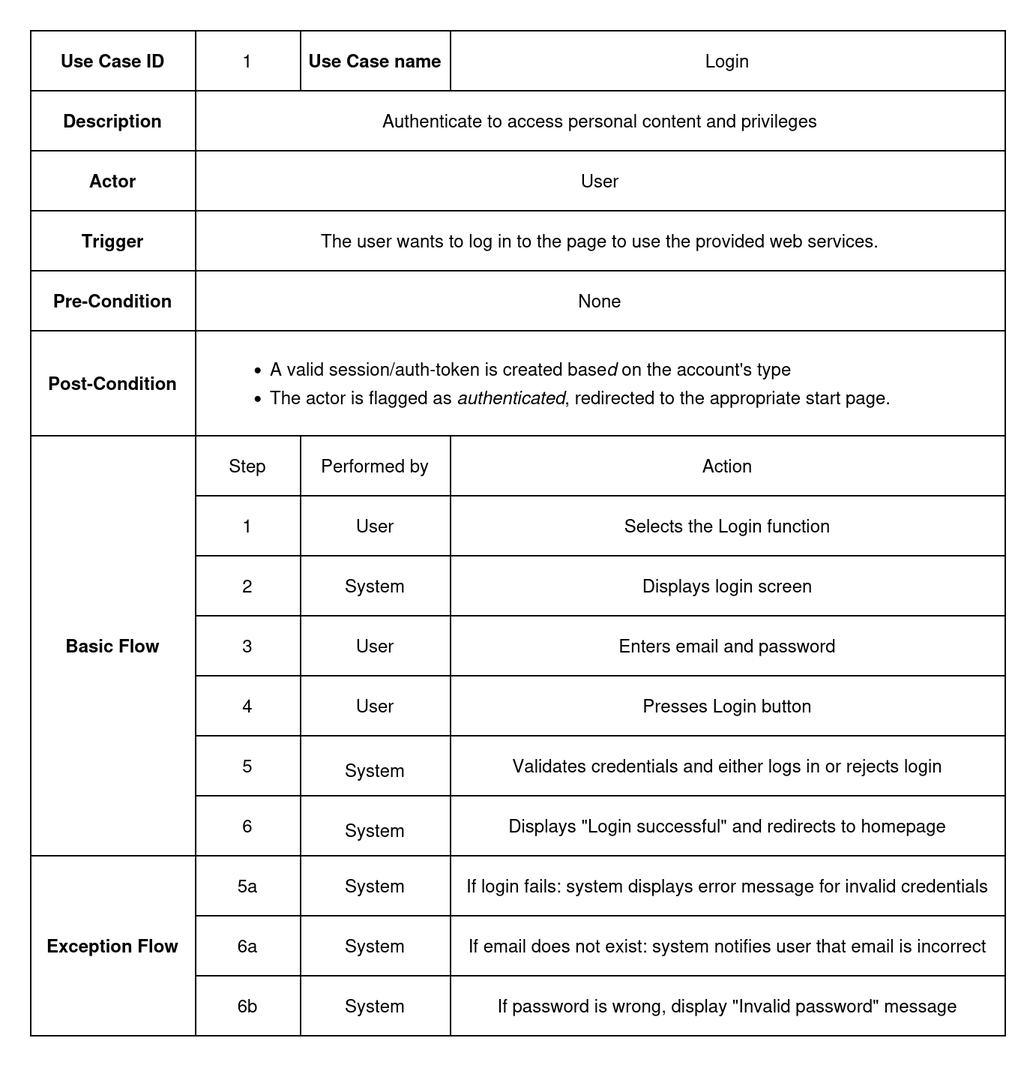
Before: documentation/Images/usecase_metadata_card/uc_1_login.drawio.png, a diagram exported from draw.io (auphong2707/itse-laptopshop-management-web-application). Source tidied: cells renumbered, new cells last; positions are measured from the earlier drawing's top-left corner, leaving out a move shared by most shapes.
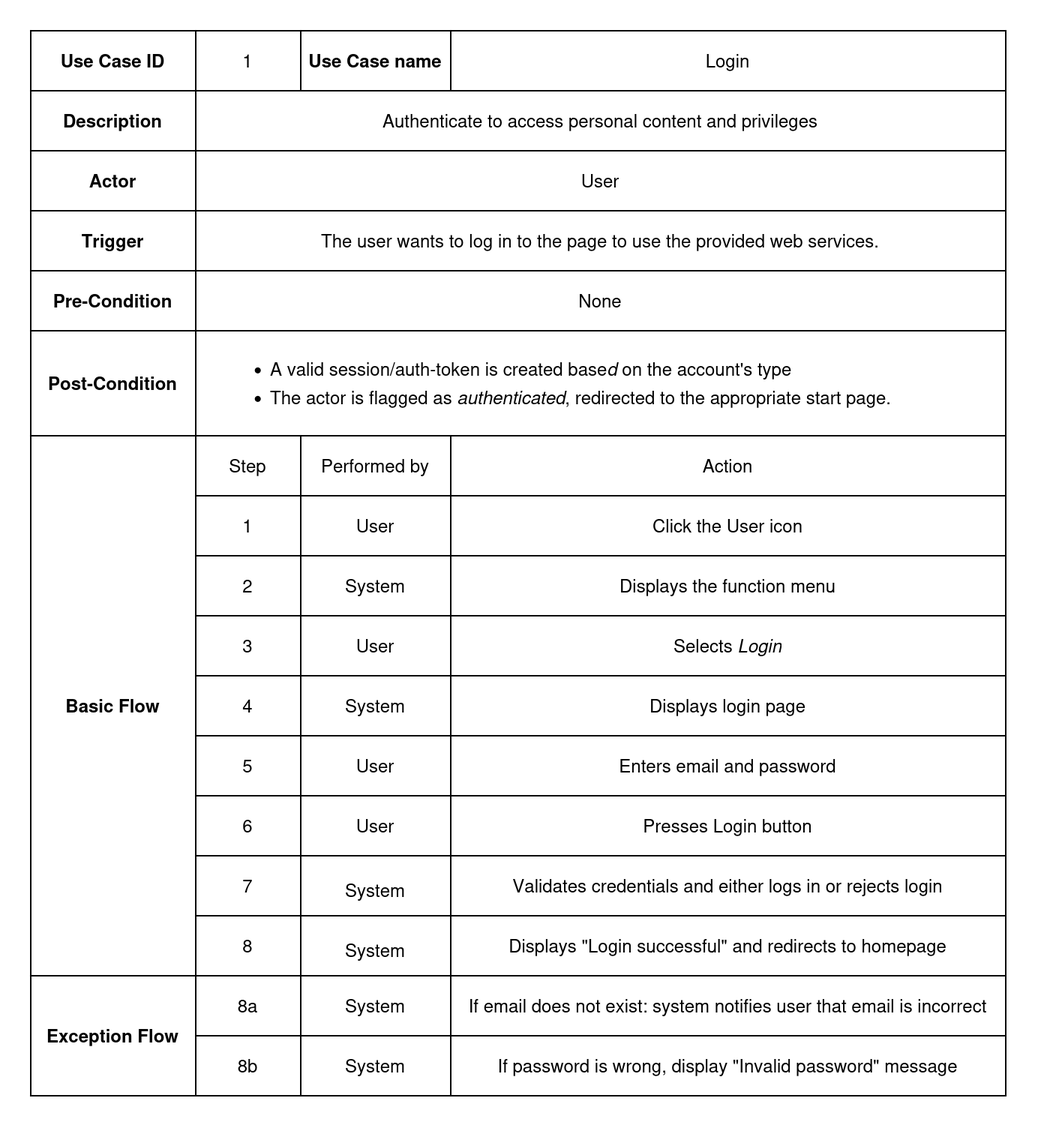
The same file after the commit.

Diff of the diagram source:
```diff
@@ -3,7 +3,7 @@
     <mxCell id="0" />
     <mxCell id="1" parent="0" />
     <mxCell id="2" style="shape=table;startSize=0;" parent="1" vertex="1">
-      <mxGeometry width="650" height="670" as="geometry" />
+      <mxGeometry width="650" height="710" as="geometry" />
     </mxCell>
     <mxCell id="3" style="shape=tableRow;horizontal=0;startSize=0;swimlaneHead=0;swimlaneBody=0;strokeColor=inherit;top=0;left=0;bottom=0;right=0;fillColor=none;" parent="2" vertex="1">
       <mxGeometry width="650" height="40" as="geometry" />
@@ -68,8 +68,8 @@
     <mxCell id="23" style="shape=tableRow;horizontal=0;startSize=0;swimlaneHead=0;swimlaneBody=0;strokeColor=inherit;top=0;left=0;bottom=0;right=0;fillColor=none;" parent="2" vertex="1">
       <mxGeometry y="270" width="650" height="40" as="geometry" />
     </mxCell>
-    <mxCell id="24" value="Basic Flow" style="shape=partialRectangle;html=1;whiteSpace=wrap;strokeColor=inherit;overflow=hidden;fillColor=none;top=0;left=0;bottom=0;right=0;rowspan=7;colspan=1;fontStyle=1;" parent="23" vertex="1">
-      <mxGeometry width="110" height="280" as="geometry" />
+    <mxCell id="24" value="Basic Flow" style="shape=partialRectangle;html=1;whiteSpace=wrap;strokeColor=inherit;overflow=hidden;fillColor=none;top=0;left=0;bottom=0;right=0;fontStyle=1;rowspan=9;colspan=1;" parent="23" vertex="1">
+      <mxGeometry width="110" height="360" as="geometry" />
     </mxCell>
     <mxCell id="25" value="Step" style="shape=partialRectangle;html=1;whiteSpace=wrap;strokeColor=inherit;overflow=hidden;fillColor=none;top=0;left=0;bottom=0;right=0;" parent="23" vertex="1">
       <mxGeometry x="110" width="70" height="40" as="geometry" />
@@ -80,34 +80,58 @@
     <mxCell id="27" value="Action" style="shape=partialRectangle;html=1;whiteSpace=wrap;strokeColor=inherit;overflow=hidden;fillColor=none;top=0;left=0;bottom=0;right=0;" parent="23" vertex="1">
       <mxGeometry x="280" width="370" height="40" as="geometry" />
     </mxCell>
+    <mxCell id="65" style="shape=tableRow;horizontal=0;startSize=0;swimlaneHead=0;swimlaneBody=0;strokeColor=inherit;top=0;left=0;bottom=0;right=0;fillColor=none;" parent="2" vertex="1">
+      <mxGeometry y="310" width="650" height="40" as="geometry" />
+    </mxCell>
+    <mxCell id="66" value="1" style="shape=partialRectangle;html=1;whiteSpace=wrap;strokeColor=inherit;overflow=hidden;fillColor=none;top=0;left=0;bottom=0;right=0;" parent="65" vertex="1">
+      <mxGeometry x="110" width="70" height="40" as="geometry" />
+    </mxCell>
+    <mxCell id="67" value="User" style="shape=partialRectangle;html=1;whiteSpace=wrap;strokeColor=inherit;overflow=hidden;fillColor=none;top=0;left=0;bottom=0;right=0;" parent="65" vertex="1">
+      <mxGeometry x="180" width="100" height="40" as="geometry" />
+    </mxCell>
+    <mxCell id="68" value="Click the User icon" style="shape=partialRectangle;html=1;whiteSpace=wrap;strokeColor=inherit;overflow=hidden;fillColor=none;top=0;left=0;bottom=0;right=0;" parent="65" vertex="1">
+      <mxGeometry x="280" width="370" height="40" as="geometry" />
+    </mxCell>
+    <mxCell id="69" style="shape=tableRow;horizontal=0;startSize=0;swimlaneHead=0;swimlaneBody=0;strokeColor=inherit;top=0;left=0;bottom=0;right=0;fillColor=none;" parent="2" vertex="1">
+      <mxGeometry y="350" width="650" height="40" as="geometry" />
+    </mxCell>
+    <mxCell id="70" value="2" style="shape=partialRectangle;html=1;whiteSpace=wrap;strokeColor=inherit;overflow=hidden;fillColor=none;top=0;left=0;bottom=0;right=0;" parent="69" vertex="1">
+      <mxGeometry x="110" width="70" height="40" as="geometry" />
+    </mxCell>
+    <mxCell id="55" value="System" style="shape=partialRectangle;html=1;whiteSpace=wrap;strokeColor=inherit;overflow=hidden;fillColor=none;top=0;left=0;bottom=0;right=0;" parent="69" vertex="1">
+      <mxGeometry x="180" width="100" height="40" as="geometry" />
+    </mxCell>
+    <mxCell id="71" value="Displays the function menu" style="shape=partialRectangle;html=1;whiteSpace=wrap;strokeColor=inherit;overflow=hidden;fillColor=none;top=0;left=0;bottom=0;right=0;" parent="69" vertex="1">
+      <mxGeometry x="280" width="370" height="40" as="geometry" />
+    </mxCell>
     <mxCell id="28" style="shape=tableRow;horizontal=0;startSize=0;swimlaneHead=0;swimlaneBody=0;strokeColor=inherit;top=0;left=0;bottom=0;right=0;fillColor=none;" parent="2" vertex="1">
-      <mxGeometry y="310" width="650" height="40" as="geometry" />
+      <mxGeometry y="390" width="650" height="40" as="geometry" />
     </mxCell>
-    <mxCell id="29" value="1" style="shape=partialRectangle;html=1;whiteSpace=wrap;strokeColor=inherit;overflow=hidden;fillColor=none;top=0;left=0;bottom=0;right=0;" parent="28" vertex="1">
+    <mxCell id="29" value="3" style="shape=partialRectangle;html=1;whiteSpace=wrap;strokeColor=inherit;overflow=hidden;fillColor=none;top=0;left=0;bottom=0;right=0;" parent="28" vertex="1">
       <mxGeometry x="110" width="70" height="40" as="geometry" />
     </mxCell>
     <mxCell id="30" value="User" style="shape=partialRectangle;html=1;whiteSpace=wrap;strokeColor=inherit;overflow=hidden;fillColor=none;top=0;left=0;bottom=0;right=0;" parent="28" vertex="1">
       <mxGeometry x="180" width="100" height="40" as="geometry" />
     </mxCell>
-    <mxCell id="31" value="Selects the Login function" style="shape=partialRectangle;html=1;whiteSpace=wrap;strokeColor=inherit;overflow=hidden;fillColor=none;top=0;left=0;bottom=0;right=0;" parent="28" vertex="1">
+    <mxCell id="31" value="Selects&amp;nbsp;&lt;i&gt;Login&lt;/i&gt;" style="shape=partialRectangle;html=1;whiteSpace=wrap;strokeColor=inherit;overflow=hidden;fillColor=none;top=0;left=0;bottom=0;right=0;" parent="28" vertex="1">
       <mxGeometry x="280" width="370" height="40" as="geometry" />
     </mxCell>
     <mxCell id="32" style="shape=tableRow;horizontal=0;startSize=0;swimlaneHead=0;swimlaneBody=0;strokeColor=inherit;top=0;left=0;bottom=0;right=0;fillColor=none;" parent="2" vertex="1">
-      <mxGeometry y="350" width="650" height="40" as="geometry" />
+      <mxGeometry y="430" width="650" height="40" as="geometry" />
     </mxCell>
-    <mxCell id="33" value="2" style="shape=partialRectangle;html=1;whiteSpace=wrap;strokeColor=inherit;overflow=hidden;fillColor=none;top=0;left=0;bottom=0;right=0;" parent="32" vertex="1">
+    <mxCell id="33" value="4" style="shape=partialRectangle;html=1;whiteSpace=wrap;strokeColor=inherit;overflow=hidden;fillColor=none;top=0;left=0;bottom=0;right=0;" parent="32" vertex="1">
       <mxGeometry x="110" width="70" height="40" as="geometry" />
     </mxCell>
     <mxCell id="34" value="System" style="shape=partialRectangle;html=1;whiteSpace=wrap;strokeColor=inherit;overflow=hidden;fillColor=none;top=0;left=0;bottom=0;right=0;" parent="32" vertex="1">
       <mxGeometry x="180" width="100" height="40" as="geometry" />
     </mxCell>
-    <mxCell id="35" value="Displays login screen" style="shape=partialRectangle;html=1;whiteSpace=wrap;strokeColor=inherit;overflow=hidden;fillColor=none;top=0;left=0;bottom=0;right=0;" parent="32" vertex="1">
+    <mxCell id="35" value="Displays login page" style="shape=partialRectangle;html=1;whiteSpace=wrap;strokeColor=inherit;overflow=hidden;fillColor=none;top=0;left=0;bottom=0;right=0;" parent="32" vertex="1">
       <mxGeometry x="280" width="370" height="40" as="geometry" />
     </mxCell>
     <mxCell id="36" style="shape=tableRow;horizontal=0;startSize=0;swimlaneHead=0;swimlaneBody=0;strokeColor=inherit;top=0;left=0;bottom=0;right=0;fillColor=none;" parent="2" vertex="1">
-      <mxGeometry y="390" width="650" height="40" as="geometry" />
+      <mxGeometry y="470" width="650" height="40" as="geometry" />
     </mxCell>
-    <mxCell id="37" value="3" style="shape=partialRectangle;html=1;whiteSpace=wrap;strokeColor=inherit;overflow=hidden;fillColor=none;top=0;left=0;bottom=0;right=0;" parent="36" vertex="1">
+    <mxCell id="37" value="5" style="shape=partialRectangle;html=1;whiteSpace=wrap;strokeColor=inherit;overflow=hidden;fillColor=none;top=0;left=0;bottom=0;right=0;" parent="36" vertex="1">
       <mxGeometry x="110" width="70" height="40" as="geometry" />
     </mxCell>
     <mxCell id="38" value="User" style="shape=partialRectangle;html=1;whiteSpace=wrap;strokeColor=inherit;overflow=hidden;fillColor=none;top=0;left=0;bottom=0;right=0;" parent="36" vertex="1">
@@ -117,9 +141,9 @@
       <mxGeometry x="280" width="370" height="40" as="geometry" />
     </mxCell>
     <mxCell id="40" style="shape=tableRow;horizontal=0;startSize=0;swimlaneHead=0;swimlaneBody=0;strokeColor=inherit;top=0;left=0;bottom=0;right=0;fillColor=none;" parent="2" vertex="1">
-      <mxGeometry y="430" width="650" height="40" as="geometry" />
+      <mxGeometry y="510" width="650" height="40" as="geometry" />
     </mxCell>
-    <mxCell id="41" value="4" style="shape=partialRectangle;html=1;whiteSpace=wrap;strokeColor=inherit;overflow=hidden;fillColor=none;top=0;left=0;bottom=0;right=0;" parent="40" vertex="1">
+    <mxCell id="41" value="6" style="shape=partialRectangle;html=1;whiteSpace=wrap;strokeColor=inherit;overflow=hidden;fillColor=none;top=0;left=0;bottom=0;right=0;" parent="40" vertex="1">
       <mxGeometry x="110" width="70" height="40" as="geometry" />
     </mxCell>
     <mxCell id="42" value="User" style="shape=partialRectangle;html=1;whiteSpace=wrap;strokeColor=inherit;overflow=hidden;fillColor=none;top=0;left=0;bottom=0;right=0;" parent="40" vertex="1">
@@ -129,9 +153,9 @@
       <mxGeometry x="280" width="370" height="40" as="geometry" />
     </mxCell>
     <mxCell id="44" style="shape=tableRow;horizontal=0;startSize=0;swimlaneHead=0;swimlaneBody=0;strokeColor=inherit;top=0;left=0;bottom=0;right=0;fillColor=none;" parent="2" vertex="1">
-      <mxGeometry y="470" width="650" height="40" as="geometry" />
+      <mxGeometry y="550" width="650" height="40" as="geometry" />
     </mxCell>
-    <mxCell id="45" value="5" style="shape=partialRectangle;html=1;whiteSpace=wrap;strokeColor=inherit;overflow=hidden;fillColor=none;top=0;left=0;bottom=0;right=0;" parent="44" vertex="1">
+    <mxCell id="45" value="7" style="shape=partialRectangle;html=1;whiteSpace=wrap;strokeColor=inherit;overflow=hidden;fillColor=none;top=0;left=0;bottom=0;right=0;" parent="44" vertex="1">
       <mxGeometry x="110" width="70" height="40" as="geometry" />
     </mxCell>
     <mxCell id="46" value="&lt;table&gt;&lt;tbody&gt;&lt;tr&gt;&lt;td class=&quot;max-w-[calc(var(--thread-content-max-width)*2/3)]&quot;&gt;&lt;/td&gt;&lt;/tr&gt;&lt;/tbody&gt;&lt;/table&gt;&lt;table&gt;&lt;tbody&gt;&lt;tr&gt;&lt;td class=&quot;max-w-[calc(var(--thread-content-max-width)*2/3)]&quot;&gt;System&lt;/td&gt;&lt;/tr&gt;&lt;/tbody&gt;&lt;/table&gt;" style="shape=partialRectangle;html=1;whiteSpace=wrap;strokeColor=inherit;overflow=hidden;fillColor=none;top=0;left=0;bottom=0;right=0;" parent="44" vertex="1">
@@ -141,9 +165,9 @@
       <mxGeometry x="280" width="370" height="40" as="geometry" />
     </mxCell>
     <mxCell id="48" style="shape=tableRow;horizontal=0;startSize=0;swimlaneHead=0;swimlaneBody=0;strokeColor=inherit;top=0;left=0;bottom=0;right=0;fillColor=none;" parent="2" vertex="1">
-      <mxGeometry y="510" width="650" height="40" as="geometry" />
+      <mxGeometry y="590" width="650" height="40" as="geometry" />
     </mxCell>
-    <mxCell id="49" value="6" style="shape=partialRectangle;html=1;whiteSpace=wrap;strokeColor=inherit;overflow=hidden;fillColor=none;top=0;left=0;bottom=0;right=0;" parent="48" vertex="1">
+    <mxCell id="49" value="8" style="shape=partialRectangle;html=1;whiteSpace=wrap;strokeColor=inherit;overflow=hidden;fillColor=none;top=0;left=0;bottom=0;right=0;" parent="48" vertex="1">
       <mxGeometry x="110" width="70" height="40" as="geometry" />
     </mxCell>
     <mxCell id="50" value="&lt;table&gt;&lt;tbody&gt;&lt;tr&gt;&lt;td class=&quot;max-w-[calc(var(--thread-content-max-width)*2/3)]&quot;&gt;&lt;/td&gt;&lt;/tr&gt;&lt;/tbody&gt;&lt;/table&gt;&lt;table&gt;&lt;tbody&gt;&lt;tr&gt;&lt;td class=&quot;max-w-[calc(var(--thread-content-max-width)*2/3)]&quot;&gt;System&lt;/td&gt;&lt;/tr&gt;&lt;/tbody&gt;&lt;/table&gt;" style="shape=partialRectangle;html=1;whiteSpace=wrap;strokeColor=inherit;overflow=hidden;fillColor=none;top=0;left=0;bottom=0;right=0;" parent="48" vertex="1">
@@ -152,25 +176,13 @@
     <mxCell id="51" value="Displays &quot;Login successful&quot; and redirects to homepage" style="shape=partialRectangle;html=1;whiteSpace=wrap;strokeColor=inherit;overflow=hidden;fillColor=none;top=0;left=0;bottom=0;right=0;" parent="48" vertex="1">
       <mxGeometry x="280" width="370" height="40" as="geometry" />
     </mxCell>
-    <mxCell id="52" style="shape=tableRow;horizontal=0;startSize=0;swimlaneHead=0;swimlaneBody=0;strokeColor=inherit;top=0;left=0;bottom=0;right=0;fillColor=none;" parent="2" vertex="1">
-      <mxGeometry y="550" width="650" height="40" as="geometry" />
-    </mxCell>
+    <mxCell id="57" style="shape=tableRow;horizontal=0;startSize=0;swimlaneHead=0;swimlaneBody=0;strokeColor=inherit;top=0;left=0;bottom=0;right=0;fillColor=none;" parent="2" vertex="1">
+      <mxGeometry y="630" width="650" height="40" as="geometry" />
+    </mxCell>
-    <mxCell id="53" value="&lt;strong&gt;Exception Flow&lt;/strong&gt;" style="shape=partialRectangle;html=1;whiteSpace=wrap;strokeColor=inherit;overflow=hidden;fillColor=none;top=0;left=0;bottom=0;right=0;rowspan=3;colspan=1;" parent="52" vertex="1">
-      <mxGeometry width="110" height="120" as="geometry" />
+    <mxCell id="53" value="Exception Flow" style="shape=partialRectangle;html=1;whiteSpace=wrap;strokeColor=inherit;overflow=hidden;fillColor=none;top=0;left=0;bottom=0;right=0;fontStyle=1;rowspan=2;colspan=1;" parent="57" vertex="1">
+      <mxGeometry width="110" height="80" as="geometry" />
     </mxCell>
-    <mxCell id="54" value="5a" style="shape=partialRectangle;html=1;whiteSpace=wrap;strokeColor=inherit;overflow=hidden;fillColor=none;top=0;left=0;bottom=0;right=0;" parent="52" vertex="1">
-      <mxGeometry x="110" width="70" height="40" as="geometry" />
-    </mxCell>
-    <mxCell id="55" value="System" style="shape=partialRectangle;html=1;whiteSpace=wrap;strokeColor=inherit;overflow=hidden;fillColor=none;top=0;left=0;bottom=0;right=0;" parent="52" vertex="1">
-      <mxGeometry x="180" width="100" height="40" as="geometry" />
-    </mxCell>
-    <mxCell id="56" value="If login fails: system displays error message for invalid credentials" style="shape=partialRectangle;html=1;whiteSpace=wrap;strokeColor=inherit;overflow=hidden;fillColor=none;top=0;left=0;bottom=0;right=0;" parent="52" vertex="1">
-      <mxGeometry x="280" width="370" height="40" as="geometry" />
-    </mxCell>
-    <mxCell id="57" style="shape=tableRow;horizontal=0;startSize=0;swimlaneHead=0;swimlaneBody=0;strokeColor=inherit;top=0;left=0;bottom=0;right=0;fillColor=none;" parent="2" vertex="1">
-      <mxGeometry y="590" width="650" height="40" as="geometry" />
-    </mxCell>
-    <mxCell id="58" value="6a" style="shape=partialRectangle;html=1;whiteSpace=wrap;strokeColor=inherit;overflow=hidden;fillColor=none;top=0;left=0;bottom=0;right=0;" parent="57" vertex="1">
+    <mxCell id="58" value="8a" style="shape=partialRectangle;html=1;whiteSpace=wrap;strokeColor=inherit;overflow=hidden;fillColor=none;top=0;left=0;bottom=0;right=0;" parent="57" vertex="1">
       <mxGeometry x="110" width="70" height="40" as="geometry" />
     </mxCell>
     <mxCell id="59" value="System" style="shape=partialRectangle;html=1;whiteSpace=wrap;strokeColor=inherit;overflow=hidden;fillColor=none;top=0;left=0;bottom=0;right=0;" parent="57" vertex="1">
@@ -180,9 +192,9 @@
       <mxGeometry x="280" width="370" height="40" as="geometry" />
     </mxCell>
     <mxCell id="61" style="shape=tableRow;horizontal=0;startSize=0;swimlaneHead=0;swimlaneBody=0;strokeColor=inherit;top=0;left=0;bottom=0;right=0;fillColor=none;" parent="2" vertex="1">
-      <mxGeometry y="630" width="650" height="40" as="geometry" />
+      <mxGeometry y="670" width="650" height="40" as="geometry" />
     </mxCell>
-    <mxCell id="62" value="6b" style="shape=partialRectangle;html=1;whiteSpace=wrap;strokeColor=inherit;overflow=hidden;fillColor=none;top=0;left=0;bottom=0;right=0;" parent="61" vertex="1">
+    <mxCell id="62" value="8b" style="shape=partialRectangle;html=1;whiteSpace=wrap;strokeColor=inherit;overflow=hidden;fillColor=none;top=0;left=0;bottom=0;right=0;" parent="61" vertex="1">
       <mxGeometry x="110" width="70" height="40" as="geometry" />
     </mxCell>
     <mxCell id="63" value="System" style="shape=partialRectangle;html=1;whiteSpace=wrap;strokeColor=inherit;overflow=hidden;fillColor=none;top=0;left=0;bottom=0;right=0;" parent="61" vertex="1">
```
